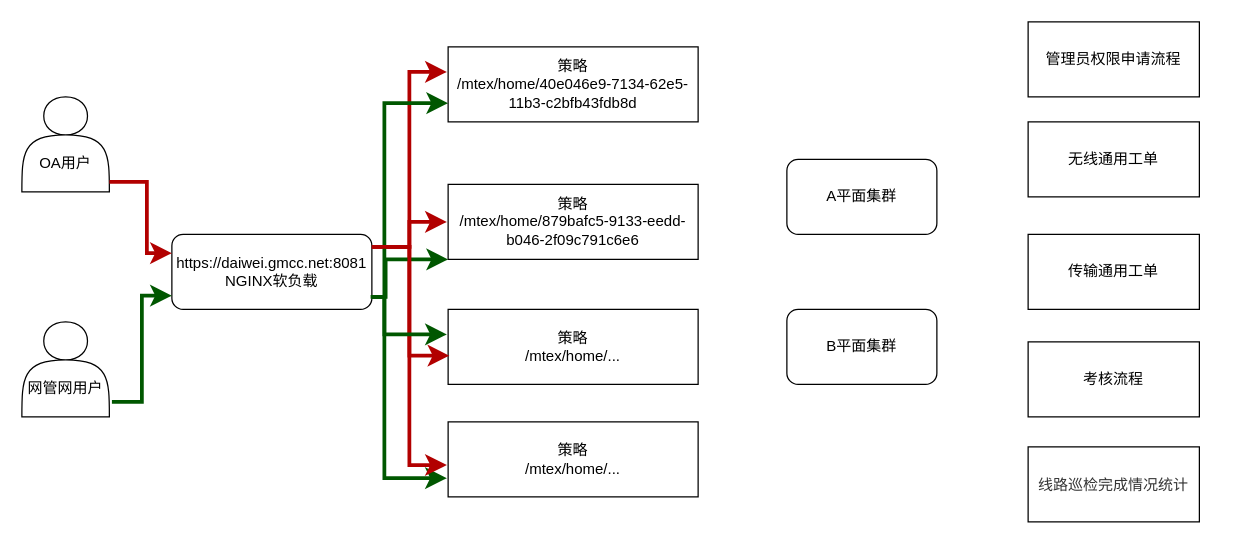
The draw.io diagram 未命名绘图.drawio in longfq/draw.io, before the edit. Source tidied: cells renumbered, new cells numbered last; positions are measured from the earlier drawing's top-left corner, leaving out a move shared by most shapes. Both pictures are drawn from the tidied source at 125%, with x=0, y=0 at pixel (21, 21).
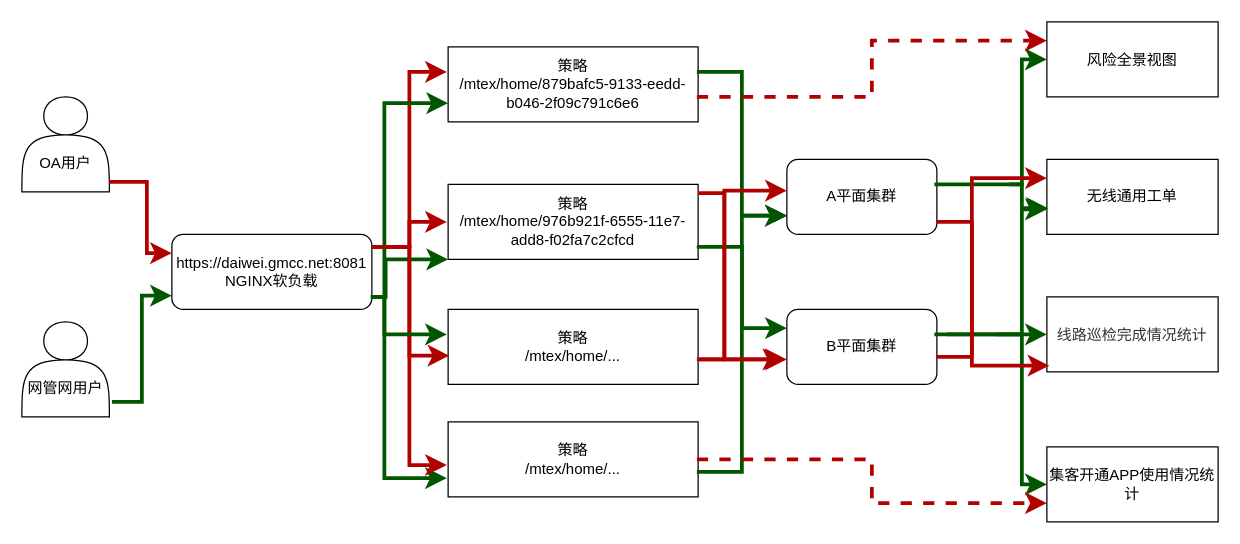
Above is the later version.

Unchanged cells that the change refers to:
```xml
<mxCell id="9" value="A平面集群" style="rounded=1;whiteSpace=wrap;html=1;" parent="1" vertex="1">
  <mxGeometry x="612" y="110" width="120" height="60" as="geometry" />
</mxCell>
<mxCell id="10" value="B平面集群" style="rounded=1;whiteSpace=wrap;html=1;" parent="1" vertex="1">
  <mxGeometry x="612" y="230" width="120" height="60" as="geometry" />
</mxCell>
```

Change to the diagram source:
```diff
@@
-    <mxCell id="5" value="策略&lt;div&gt;/mtex/home/40e046e9-7134-62e5-11b3-c2bfb43fdb8d&lt;/div&gt;" style="rounded=0;whiteSpace=wrap;html=1;" parent="1" vertex="1">
+    <mxCell id="5" value="策略&lt;div&gt;/mtex/home/879bafc5-9133-eedd-b046-2f09c791c6e6&lt;br&gt;&lt;/div&gt;" style="rounded=0;whiteSpace=wrap;html=1;" parent="1" vertex="1">
       <mxGeometry x="341" y="20" width="200" height="60" as="geometry" />
     </mxCell>
-    <mxCell id="6" value="策略&lt;div&gt;/mtex/home/879bafc5-9133-eedd-b046-2f09c791c6e6&lt;/div&gt;" style="rounded=0;whiteSpace=wrap;html=1;" parent="1" vertex="1">
+    <mxCell id="6" value="策略&lt;div&gt;/mtex/home/976b921f-6555-11e7-add8-f02fa7c2cfcd&lt;/div&gt;" style="rounded=0;whiteSpace=wrap;html=1;" parent="1" vertex="1">
       <mxGeometry x="341" y="130" width="200" height="60" as="geometry" />
     </mxCell>
@@
-    <mxCell id="11" value="管理员权限申请流程" style="rounded=0;whiteSpace=wrap;html=1;" parent="1" vertex="1">
-      <mxGeometry x="805" width="137" height="60" as="geometry" />
-    </mxCell>
-    <mxCell id="12" value="无线通用工单" style="rounded=0;whiteSpace=wrap;html=1;" parent="1" vertex="1">
-      <mxGeometry x="805" y="80" width="137" height="60" as="geometry" />
+    <mxCell id="12" value="&lt;span style=&quot;font-family: &amp;quot;Microsoft YaHei&amp;quot;, &amp;quot;Helvetica Neue&amp;quot;, Helvetica, Arial, sans-serif; text-align: start; background-color: rgb(255, 255, 255);&quot;&gt;风险全景视图&lt;/span&gt;" style="rounded=0;whiteSpace=wrap;html=1;" parent="1" vertex="1">
+      <mxGeometry x="820" width="137" height="60" as="geometry" />
     </mxCell>
-    <mxCell id="13" value="传输通用工单" style="rounded=0;whiteSpace=wrap;html=1;" parent="1" vertex="1">
-      <mxGeometry x="805" y="170" width="137" height="60" as="geometry" />
+    <mxCell id="13" value="无线通用工单" style="rounded=0;whiteSpace=wrap;html=1;labelBackgroundColor=default;fontColor=default;" parent="1" vertex="1">
+      <mxGeometry x="820" y="110" width="137" height="60" as="geometry" />
     </mxCell>
-    <mxCell id="14" value="考核流程" style="rounded=0;whiteSpace=wrap;html=1;" parent="1" vertex="1">
-      <mxGeometry x="805" y="256" width="137" height="60" as="geometry" />
+    <mxCell id="14" value="&lt;span style=&quot;color: rgb(51, 51, 51); font-family: &amp;quot;Microsoft YaHei&amp;quot;, &amp;quot;Helvetica Neue&amp;quot;, Helvetica, Arial, sans-serif; text-align: start; background-color: rgb(255, 255, 255);&quot;&gt;线路巡检完成情况统计&lt;/span&gt;" style="rounded=0;whiteSpace=wrap;html=1;" parent="1" vertex="1">
+      <mxGeometry x="820" y="220" width="137" height="60" as="geometry" />
     </mxCell>
-    <mxCell id="15" value="&lt;span style=&quot;color: rgb(51, 51, 51); font-family: &amp;quot;Microsoft YaHei&amp;quot;, &amp;quot;Helvetica Neue&amp;quot;, Helvetica, Arial, sans-serif; text-align: start; background-color: rgb(255, 255, 255);&quot;&gt;线路巡检完成情况统计&lt;/span&gt;" style="rounded=0;whiteSpace=wrap;html=1;" parent="1" vertex="1">
-      <mxGeometry x="805" y="340" width="137" height="60" as="geometry" />
+    <mxCell id="15" value="集客开通APP使用情况统计" style="rounded=0;whiteSpace=wrap;html=1;" parent="1" vertex="1">
+      <mxGeometry x="820" y="340" width="137" height="60" as="geometry" />
     </mxCell>
@@
+    <mxCell id="26" style="edgeStyle=elbowEdgeStyle;elbow=horizontal;endArrow=classic;html=1;curved=0;rounded=0;endSize=8;startSize=8;entryX=0;entryY=0.75;entryDx=0;entryDy=0;fillColor=#008a00;strokeColor=#005700;strokeWidth=3;" parent="1" edge="1" target="9">
+      <mxGeometry relative="1" as="geometry">
+        <mxPoint x="540" y="40" as="sourcePoint" />
+      </mxGeometry>
+    </mxCell>
+    <mxCell id="27" style="edgeStyle=elbowEdgeStyle;elbow=horizontal;endArrow=classic;html=1;curved=0;rounded=0;endSize=8;startSize=8;entryX=0;entryY=0.75;entryDx=0;entryDy=0;" parent="1" edge="1" target="9">
+      <mxGeometry relative="1" as="geometry">
+        <mxPoint x="540" y="180" as="sourcePoint" />
+      </mxGeometry>
+    </mxCell>
+    <mxCell id="28" style="edgeStyle=elbowEdgeStyle;elbow=horizontal;endArrow=classic;html=1;curved=0;rounded=0;endSize=8;startSize=8;entryX=0;entryY=0.75;entryDx=0;entryDy=0;fillColor=#008a00;strokeColor=#005700;strokeWidth=3;" parent="1" edge="1" target="9">
+      <mxGeometry relative="1" as="geometry">
+        <mxPoint x="540" y="360" as="sourcePoint" />
+      </mxGeometry>
+    </mxCell>
+    <mxCell id="29" style="edgeStyle=elbowEdgeStyle;elbow=horizontal;endArrow=classic;html=1;curved=0;rounded=0;endSize=8;startSize=8;entryX=0;entryY=0.25;entryDx=0;entryDy=0;fillColor=#008a00;strokeColor=#005700;strokeWidth=3;" parent="1" edge="1" target="10">
+      <mxGeometry relative="1" as="geometry">
+        <mxPoint x="540" y="180" as="sourcePoint" />
+      </mxGeometry>
+    </mxCell>
+    <mxCell id="30" style="edgeStyle=elbowEdgeStyle;elbow=horizontal;endArrow=classic;html=1;curved=0;rounded=0;endSize=8;startSize=8;entryX=0;entryY=0.5;entryDx=0;entryDy=0;fillColor=#008a00;strokeColor=#005700;strokeWidth=3;" parent="1" edge="1" target="12">
+      <mxGeometry relative="1" as="geometry">
+        <mxPoint x="730" y="130" as="sourcePoint" />
+        <Array as="points">
+          <mxPoint x="800" y="90" />
+        </Array>
+      </mxGeometry>
+    </mxCell>
+    <mxCell id="31" style="edgeStyle=elbowEdgeStyle;elbow=horizontal;endArrow=classic;html=1;curved=0;rounded=0;endSize=8;startSize=8;entryX=0.007;entryY=0.65;entryDx=0;entryDy=0;entryPerimeter=0;fillColor=#008a00;strokeColor=#005700;strokeWidth=3;" parent="1" edge="1" target="13">
+      <mxGeometry relative="1" as="geometry">
+        <mxPoint x="790" y="130" as="sourcePoint" />
+        <Array as="points">
+          <mxPoint x="800" y="140" />
+        </Array>
+      </mxGeometry>
+    </mxCell>
+    <mxCell id="32" style="edgeStyle=elbowEdgeStyle;elbow=horizontal;endArrow=classic;html=1;curved=0;rounded=0;endSize=8;startSize=8;entryX=0;entryY=0.5;entryDx=0;entryDy=0;fillColor=#008a00;strokeColor=#005700;strokeWidth=3;" parent="1" edge="1" target="14">
+      <mxGeometry relative="1" as="geometry">
+        <mxPoint x="730" y="250" as="sourcePoint" />
+      </mxGeometry>
+    </mxCell>
+    <mxCell id="33" style="edgeStyle=elbowEdgeStyle;elbow=horizontal;endArrow=classic;html=1;curved=0;rounded=0;endSize=8;startSize=8;fillColor=#008a00;strokeColor=#005700;strokeWidth=3;" parent="1" edge="1">
+      <mxGeometry relative="1" as="geometry">
+        <mxPoint x="780" y="250" as="sourcePoint" />
+        <mxPoint x="820" y="150" as="targetPoint" />
+      </mxGeometry>
+    </mxCell>
+    <mxCell id="34" style="edgeStyle=elbowEdgeStyle;elbow=horizontal;endArrow=classic;html=1;curved=0;rounded=0;endSize=8;startSize=8;fillColor=#008a00;strokeColor=#005700;strokeWidth=3;" parent="1" edge="1" target="15">
+      <mxGeometry relative="1" as="geometry">
+        <mxPoint x="740" y="250" as="sourcePoint" />
+        <Array as="points">
+          <mxPoint x="800" y="310" />
+        </Array>
+      </mxGeometry>
+    </mxCell>
+    <mxCell id="35" style="edgeStyle=elbowEdgeStyle;elbow=horizontal;endArrow=classic;html=1;curved=0;rounded=0;endSize=8;startSize=8;fillColor=#e51400;strokeColor=#B20000;strokeWidth=3;" parent="1" edge="1">
+      <mxGeometry relative="1" as="geometry">
+        <mxPoint x="542" y="270" as="sourcePoint" />
+        <mxPoint x="612" y="135" as="targetPoint" />
+        <Array as="points">
+          <mxPoint x="562" y="205" />
+        </Array>
+      </mxGeometry>
+    </mxCell>
+    <mxCell id="36" style="edgeStyle=elbowEdgeStyle;elbow=horizontal;endArrow=classic;html=1;curved=0;rounded=0;endSize=8;startSize=8;fillColor=#e51400;strokeColor=#B20000;strokeWidth=3;" parent="1" edge="1">
+      <mxGeometry relative="1" as="geometry">
+        <mxPoint x="540" y="270" as="sourcePoint" />
+        <mxPoint x="610" y="270" as="targetPoint" />
+        <Array as="points">
+          <mxPoint x="560" y="270" />
+        </Array>
+      </mxGeometry>
+    </mxCell>
+    <mxCell id="37" style="edgeStyle=elbowEdgeStyle;elbow=horizontal;endArrow=classic;html=1;curved=0;rounded=0;endSize=8;startSize=8;fillColor=#e51400;strokeColor=#B20000;strokeWidth=3;exitX=1;exitY=0.117;exitDx=0;exitDy=0;exitPerimeter=0;" parent="1" edge="1" source="6">
+      <mxGeometry relative="1" as="geometry">
+        <mxPoint x="612" y="270" as="targetPoint" />
+        <Array as="points">
+          <mxPoint x="562" y="170" />
+        </Array>
+      </mxGeometry>
+    </mxCell>
+    <mxCell id="38" style="edgeStyle=elbowEdgeStyle;elbow=horizontal;endArrow=classic;html=1;curved=0;rounded=0;endSize=8;startSize=8;entryX=0;entryY=0.75;entryDx=0;entryDy=0;fillColor=#e51400;strokeColor=#B20000;strokeWidth=3;" parent="1" edge="1">
+      <mxGeometry relative="1" as="geometry">
+        <mxPoint x="732" y="160" as="sourcePoint" />
+        <mxPoint x="822" y="275" as="targetPoint" />
+        <Array as="points">
+          <mxPoint x="760" y="220" />
+        </Array>
+      </mxGeometry>
+    </mxCell>
+    <mxCell id="39" style="edgeStyle=elbowEdgeStyle;elbow=horizontal;endArrow=classic;html=1;curved=0;rounded=0;endSize=8;startSize=8;entryX=0;entryY=0.25;entryDx=0;entryDy=0;exitX=1;exitY=0.633;exitDx=0;exitDy=0;exitPerimeter=0;fillColor=#e51400;strokeColor=#B20000;strokeWidth=3;" parent="1" edge="1" source="10" target="13">
+      <mxGeometry relative="1" as="geometry">
+        <Array as="points">
+          <mxPoint x="760" y="260" />
+          <mxPoint x="760" y="190" />
+          <mxPoint x="780" y="200" />
+        </Array>
+      </mxGeometry>
+    </mxCell>
+    <mxCell id="40" style="edgeStyle=elbowEdgeStyle;elbow=horizontal;endArrow=classic;html=1;curved=0;rounded=0;endSize=8;startSize=8;entryX=0;entryY=0.25;entryDx=0;entryDy=0;dashed=1;fillColor=#e51400;strokeColor=#B20000;strokeWidth=3;" parent="1" edge="1" target="12">
+      <mxGeometry relative="1" as="geometry">
+        <mxPoint x="540" y="60" as="sourcePoint" />
+      </mxGeometry>
+    </mxCell>
+    <mxCell id="41" style="edgeStyle=elbowEdgeStyle;elbow=horizontal;endArrow=classic;html=1;curved=0;rounded=0;endSize=8;startSize=8;entryX=0;entryY=0.75;entryDx=0;entryDy=0;fillColor=#e51400;strokeColor=#B20000;strokeWidth=3;dashed=1;" parent="1" edge="1" target="15">
+      <mxGeometry relative="1" as="geometry">
+        <mxPoint x="540" y="350" as="sourcePoint" />
+      </mxGeometry>
+    </mxCell>
```
